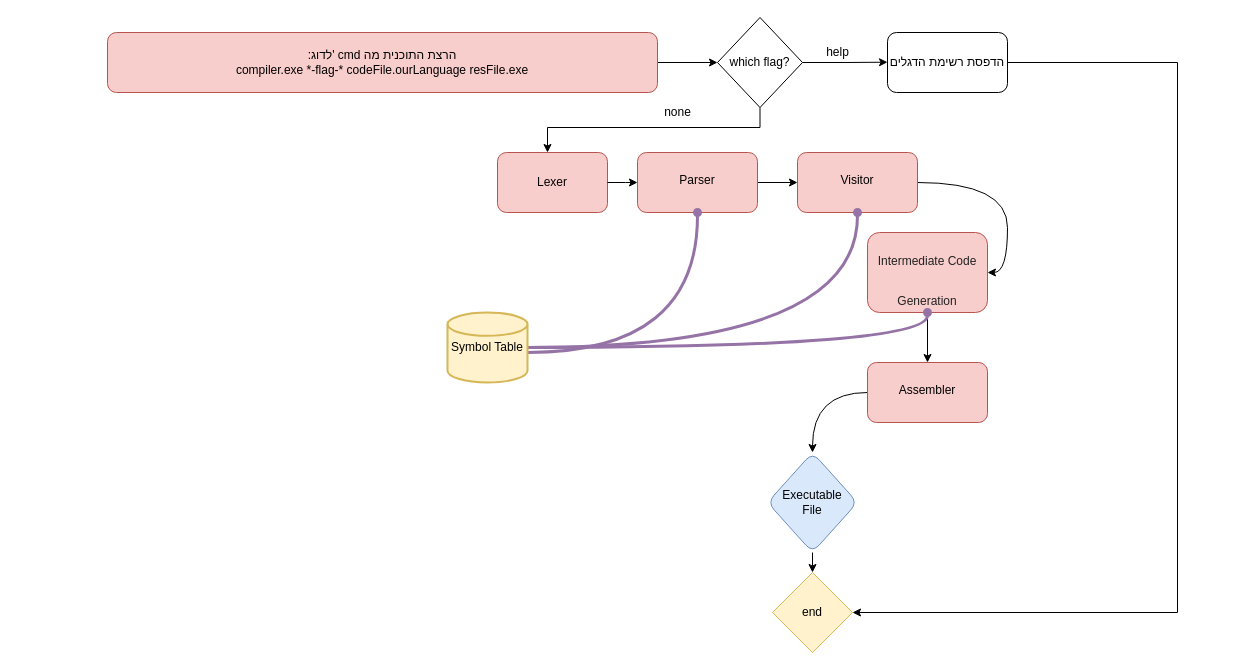
Earlier version of the draw.io diagram featureFlow.drawio (yahelkev/compiler-project). Source tidied: cells renumbered, new cells numbered last; positions are measured from the earlier drawing's top-left corner, leaving out a move shared by most shapes. Both pictures are drawn from the tidied source at 100%, with x=0, y=0 at pixel (107, 17).
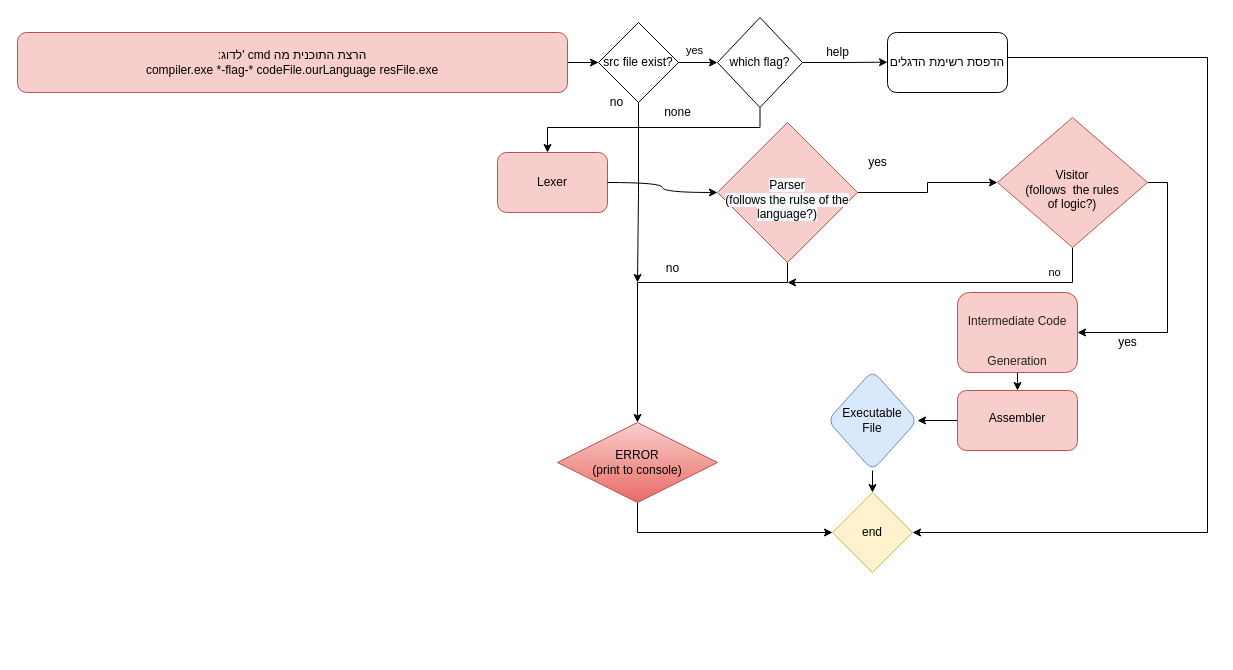
Above is the later version.

The change refers to these unchanged cells:
```xml
<mxCell id="2" value="Lexer" style="rounded=1;whiteSpace=wrap;html=1;fillColor=#f8cecc;strokeColor=#b85450;" parent="1" vertex="1">
  <mxGeometry x="390" y="135" width="110" height="60" as="geometry" />
</mxCell>
<mxCell id="21" value="&lt;span&gt;which flag?&lt;/span&gt;" style="rhombus;whiteSpace=wrap;html=1;" parent="1" vertex="1">
  <mxGeometry x="610" width="85" height="90" as="geometry" />
</mxCell>
<mxCell id="25" value="הדפסת רשימת הדגלים" style="rounded=1;whiteSpace=wrap;html=1;" parent="1" vertex="1">
  <mxGeometry x="780" y="15" width="120" height="60" as="geometry" />
</mxCell>
```

The edit, as a diff of the source:
```diff
@@
-    <mxCell id="3" style="edgeStyle=orthogonalEdgeStyle;curved=1;rounded=0;jettySize=auto;html=1;exitX=1;exitY=0.5;exitDx=0;exitDy=0;" parent="1" edge="1" source="2" target="5">
+    <mxCell id="3" style="edgeStyle=orthogonalEdgeStyle;curved=1;rounded=0;jettySize=auto;html=1;exitX=1;exitY=0.5;exitDx=0;exitDy=0;entryX=0;entryY=0.5;entryDx=0;entryDy=0;" parent="1" edge="1" source="2" target="33">
       <mxGeometry relative="1" as="geometry" />
     </mxCell>
-    <mxCell id="4" style="edgeStyle=orthogonalEdgeStyle;rounded=0;jettySize=auto;html=1;exitX=1;exitY=0.5;exitDx=0;exitDy=0;entryX=0;entryY=0.5;entryDx=0;entryDy=0;" parent="1" edge="1" source="5" target="7">
-      <mxGeometry relative="1" as="geometry" />
-    </mxCell>
-    <mxCell id="5" value="&lt;br&gt;Parser" style="whiteSpace=wrap;html=1;verticalAlign=top;strokeColor=#b85450;fillColor=#f8cecc;rounded=1;glass=0;shadow=0;sketch=0;" parent="1" vertex="1">
-      <mxGeometry x="530" y="135" width="120" height="60" as="geometry" />
-    </mxCell>
-    <mxCell id="6" style="edgeStyle=orthogonalEdgeStyle;curved=1;rounded=0;jettySize=auto;html=1;entryX=1;entryY=0.5;entryDx=0;entryDy=0;exitX=1;exitY=0.5;exitDx=0;exitDy=0;" parent="1" edge="1" source="7" target="9">
-      <mxGeometry relative="1" as="geometry" />
-    </mxCell>
-    <mxCell id="7" value="&lt;br&gt;Visitor" style="whiteSpace=wrap;html=1;verticalAlign=top;strokeColor=#b85450;fillColor=#f8cecc;rounded=1;glass=0;shadow=0;sketch=0;" parent="1" vertex="1">
-      <mxGeometry x="690" y="135" width="120" height="60" as="geometry" />
-    </mxCell>
     <mxCell id="8" style="edgeStyle=orthogonalEdgeStyle;rounded=0;jettySize=auto;html=1;exitX=0.5;exitY=1;exitDx=0;exitDy=0;entryX=0.5;entryY=0;entryDx=0;entryDy=0;" parent="1" edge="1" source="9" target="27">
-      <mxGeometry relative="1" as="geometry" />
+      <mxGeometry relative="1" as="geometry">
+        <Array as="points">
+          <mxPoint x="910" y="365" />
+          <mxPoint x="910" y="365" />
+        </Array>
+      </mxGeometry>
     </mxCell>
     <mxCell id="9" value="&lt;h2 style=&quot;box-sizing: inherit ; padding: 0px ; margin: 0px 0px 0.5em ; line-height: 40px ; color: rgb(34 , 34 , 34)&quot;&gt;&lt;span style=&quot;font-size: 12px ; font-weight: normal ; line-height: 123%&quot;&gt;Intermediate Code Generation&lt;/span&gt;&lt;br&gt;&lt;/h2&gt;" style="whiteSpace=wrap;html=1;verticalAlign=top;strokeColor=#b85450;fillColor=#f8cecc;rounded=1;glass=0;shadow=0;sketch=0;" parent="1" vertex="1">
-      <mxGeometry x="760" y="215" width="120" height="80" as="geometry" />
+      <mxGeometry x="850" y="275" width="120" height="80" as="geometry" />
     </mxCell>
-    <mxCell id="10" style="edgeStyle=orthogonalEdgeStyle;rounded=0;jettySize=auto;html=1;entryX=0.5;entryY=1;entryDx=0;entryDy=0;fillColor=#e1d5e7;strokeColor=#9673a6;curved=1;strokeWidth=3;endArrow=oval;endFill=1;" parent="1" edge="1" source="13" target="9">
-      <mxGeometry relative="1" as="geometry" />
-    </mxCell>
-    <mxCell id="11" style="edgeStyle=orthogonalEdgeStyle;rounded=0;jettySize=auto;html=1;entryX=0.5;entryY=1;entryDx=0;entryDy=0;fillColor=#e1d5e7;strokeColor=#9673a6;curved=1;strokeWidth=3;endArrow=oval;endFill=1;" parent="1" edge="1" source="13" target="7">
-      <mxGeometry relative="1" as="geometry" />
-    </mxCell>
-    <mxCell id="12" style="edgeStyle=orthogonalEdgeStyle;rounded=0;jettySize=auto;html=1;entryX=0.5;entryY=1;entryDx=0;entryDy=0;fillColor=#e1d5e7;strokeColor=#9673a6;curved=1;strokeWidth=3;endArrow=oval;endFill=1;exitX=1;exitY=0.571;exitDx=0;exitDy=0;exitPerimeter=0;" parent="1" edge="1" source="13" target="5">
-      <mxGeometry relative="1" as="geometry" />
-    </mxCell>
-    <mxCell id="13" value="Symbol Table" style="strokeWidth=2;html=1;shape=mxgraph.flowchart.database;whiteSpace=wrap;rounded=1;shadow=0;glass=0;sketch=0;fillColor=#fff2cc;strokeColor=#d6b656;" parent="1" vertex="1">
-      <mxGeometry x="340" y="295" width="80" height="70" as="geometry" />
-    </mxCell>
-    <mxCell id="14" style="edgeStyle=orthogonalEdgeStyle;curved=1;rounded=0;jettySize=auto;html=1;" parent="1" edge="1" source="27" target="16">
-      <mxGeometry relative="1" as="geometry" />
-    </mxCell>
@@
     <mxCell id="16" value="Executable&lt;br&gt;File" style="rhombus;whiteSpace=wrap;html=1;rounded=1;shadow=0;glass=0;sketch=0;fillColor=#dae8fc;strokeColor=#6c8ebf;" parent="1" vertex="1">
-      <mxGeometry x="660" y="435" width="90" height="100" as="geometry" />
+      <mxGeometry x="720" y="353" width="90" height="100" as="geometry" />
     </mxCell>
-    <mxCell id="17" style="edgeStyle=orthogonalEdgeStyle;rounded=0;jettySize=auto;html=1;exitX=1;exitY=0.5;exitDx=0;exitDy=0;entryX=0;entryY=0.5;entryDx=0;entryDy=0;" parent="1" edge="1" source="18" target="21">
+    <mxCell id="17" style="edgeStyle=orthogonalEdgeStyle;rounded=0;jettySize=auto;html=1;exitX=1;exitY=0.5;exitDx=0;exitDy=0;entryX=0;entryY=0.5;entryDx=0;entryDy=0;" parent="1" edge="1" source="18" target="43">
       <mxGeometry relative="1" as="geometry" />
     </mxCell>
     <mxCell id="18" value=":לדוג'&amp;nbsp;cmd הרצת התוכנית מה&lt;br&gt;compiler.exe *-flag-* codeFile.ourLanguage resFile.exe" style="rounded=1;whiteSpace=wrap;html=1;fillColor=#f8cecc;strokeColor=#b85450;" parent="1" vertex="1">
-      <mxGeometry y="15" width="550" height="60" as="geometry" />
+      <mxGeometry x="-90" y="15" width="550" height="60" as="geometry" />
     </mxCell>
@@
-    <mxCell id="24" style="edgeStyle=orthogonalEdgeStyle;rounded=0;jettySize=auto;html=1;exitX=1;exitY=0.5;exitDx=0;exitDy=0;entryX=1;entryY=0.5;entryDx=0;entryDy=0;" parent="1" edge="1" source="25" target="26">
+    <mxCell id="24" style="edgeStyle=orthogonalEdgeStyle;rounded=0;jettySize=auto;html=1;exitX=1;exitY=0.5;exitDx=0;exitDy=0;entryX=1;entryY=0.5;entryDx=0;entryDy=0;" parent="1" edge="1" target="26">
       <mxGeometry relative="1" as="geometry">
+        <mxPoint x="900" y="40" as="sourcePoint" />
         <Array as="points">
-          <mxPoint x="1070" y="45" />
-          <mxPoint x="1070" y="595" />
+          <mxPoint x="1100" y="40" />
+          <mxPoint x="1100" y="515" />
         </Array>
       </mxGeometry>
     </mxCell>
@@
     <mxCell id="26" value="end" style="rhombus;whiteSpace=wrap;html=1;fillColor=#fff2cc;strokeColor=#d6b656;" parent="1" vertex="1">
-      <mxGeometry x="665" y="555" width="80" height="80" as="geometry" />
+      <mxGeometry x="725" y="475" width="80" height="80" as="geometry" />
     </mxCell>
+    <mxCell id="14" style="edgeStyle=orthogonalEdgeStyle;rounded=0;jettySize=auto;html=1;exitX=0;exitY=0.5;exitDx=0;exitDy=0;entryX=1;entryY=0.5;entryDx=0;entryDy=0;" parent="1" edge="1" source="27" target="16">
+      <mxGeometry relative="1" as="geometry" />
+    </mxCell>
     <mxCell id="27" value="&lt;br&gt;Assembler" style="whiteSpace=wrap;html=1;verticalAlign=top;strokeColor=#b85450;fillColor=#f8cecc;rounded=1;glass=0;shadow=0;sketch=0;" parent="1" vertex="1">
-      <mxGeometry x="760" y="345" width="120" height="60" as="geometry" />
+      <mxGeometry x="850" y="373" width="120" height="60" as="geometry" />
     </mxCell>
+    <mxCell id="28" value="yes" style="text;html=1;align=center;verticalAlign=middle;strokeColor=none;fillColor=none;" parent="1" vertex="1">
+      <mxGeometry x="755" y="135" width="30" height="20" as="geometry" />
+    </mxCell>
+    <mxCell id="29" style="edgeStyle=orthogonalEdgeStyle;rounded=0;jettySize=auto;html=1;exitX=0.5;exitY=1;exitDx=0;exitDy=0;entryX=0;entryY=0.5;entryDx=0;entryDy=0;" parent="1" edge="1" source="30" target="26">
+      <mxGeometry relative="1" as="geometry">
+        <Array as="points">
+          <mxPoint x="530" y="515" />
+        </Array>
+      </mxGeometry>
+    </mxCell>
+    <mxCell id="30" value="ERROR&lt;br&gt;(print to console)" style="rhombus;whiteSpace=wrap;html=1;gradientColor=#ea6b66;fillColor=#f8cecc;strokeColor=#b85450;" parent="1" vertex="1">
+      <mxGeometry x="450" y="405" width="160" height="80" as="geometry" />
+    </mxCell>
+    <mxCell id="31" style="edgeStyle=orthogonalEdgeStyle;rounded=0;jettySize=auto;html=1;exitX=1;exitY=0.5;exitDx=0;exitDy=0;entryX=0;entryY=0.5;entryDx=0;entryDy=0;" parent="1" edge="1" source="33" target="38">
+      <mxGeometry relative="1" as="geometry" />
+    </mxCell>
+    <mxCell id="32" style="edgeStyle=orthogonalEdgeStyle;rounded=0;jettySize=auto;html=1;exitX=0.5;exitY=1;exitDx=0;exitDy=0;entryX=0.5;entryY=0;entryDx=0;entryDy=0;" parent="1" edge="1" source="33" target="30">
+      <mxGeometry relative="1" as="geometry">
+        <Array as="points">
+          <mxPoint x="680" y="265" />
+          <mxPoint x="530" y="265" />
+        </Array>
+      </mxGeometry>
+    </mxCell>
+    <mxCell id="33" value="&lt;span style=&quot;color: rgb(0 , 0 , 0) ; font-family: &amp;#34;helvetica&amp;#34; ; font-size: 12px ; font-style: normal ; font-weight: 400 ; letter-spacing: normal ; text-align: center ; text-indent: 0px ; text-transform: none ; word-spacing: 0px ; background-color: rgb(248 , 249 , 250) ; display: inline ; float: none&quot;&gt;&lt;br&gt;Parser&lt;/span&gt;&lt;br style=&quot;color: rgb(0 , 0 , 0) ; font-family: &amp;#34;helvetica&amp;#34; ; font-size: 12px ; font-style: normal ; font-weight: 400 ; letter-spacing: normal ; text-align: center ; text-indent: 0px ; text-transform: none ; word-spacing: 0px ; background-color: rgb(248 , 249 , 250)&quot;&gt;&lt;span style=&quot;color: rgb(0 , 0 , 0) ; font-family: &amp;#34;helvetica&amp;#34; ; font-size: 12px ; font-style: normal ; font-weight: 400 ; letter-spacing: normal ; text-align: center ; text-indent: 0px ; text-transform: none ; word-spacing: 0px ; background-color: rgb(248 , 249 , 250) ; display: inline ; float: none&quot;&gt;(follows the rulse of the language?)&lt;/span&gt;&lt;br&gt;" style="rhombus;whiteSpace=wrap;html=1;fillColor=#f8cecc;strokeColor=#b85450;" parent="1" vertex="1">
+      <mxGeometry x="610" y="105" width="140" height="140" as="geometry" />
+    </mxCell>
+    <mxCell id="34" value="no" style="text;html=1;align=center;verticalAlign=middle;strokeColor=none;fillColor=none;" parent="1" vertex="1">
+      <mxGeometry x="550" y="241" width="30" height="20" as="geometry" />
+    </mxCell>
+    <mxCell id="35" style="edgeStyle=orthogonalEdgeStyle;rounded=0;jettySize=auto;html=1;exitX=0.5;exitY=1;exitDx=0;exitDy=0;" parent="1" edge="1" source="38">
+      <mxGeometry relative="1" as="geometry">
+        <mxPoint x="680" y="265" as="targetPoint" />
+        <Array as="points">
+          <mxPoint x="965" y="265" />
+        </Array>
+      </mxGeometry>
+    </mxCell>
+    <mxCell id="36" value="no" style="edgeLabel;html=1;align=center;verticalAlign=middle;" parent="35" vertex="1">
+      <mxGeometry x="-0.66" y="-11" relative="1" as="geometry" />
+    </mxCell>
+    <mxCell id="37" style="edgeStyle=orthogonalEdgeStyle;rounded=0;jettySize=auto;html=1;exitX=1;exitY=0.5;exitDx=0;exitDy=0;entryX=1;entryY=0.5;entryDx=0;entryDy=0;" parent="1" edge="1" source="38" target="9">
+      <mxGeometry relative="1" as="geometry" />
+    </mxCell>
+    <mxCell id="38" value="&lt;br&gt;&lt;span&gt;Visitor&lt;br&gt;(follows&amp;nbsp; the rules &lt;br&gt;of logic?)&lt;br&gt;&lt;/span&gt;" style="rhombus;whiteSpace=wrap;html=1;fillColor=#f8cecc;strokeColor=#b85450;" parent="1" vertex="1">
+      <mxGeometry x="890" y="100" width="150" height="130" as="geometry" />
+    </mxCell>
+    <mxCell id="39" value="yes" style="text;html=1;align=center;verticalAlign=middle;strokeColor=none;fillColor=none;" parent="1" vertex="1">
+      <mxGeometry x="1005" y="315" width="30" height="20" as="geometry" />
+    </mxCell>
+    <mxCell id="40" style="edgeStyle=orthogonalEdgeStyle;rounded=0;jettySize=auto;html=1;exitX=1;exitY=0.5;exitDx=0;exitDy=0;entryX=0;entryY=0.5;entryDx=0;entryDy=0;" parent="1" edge="1" source="43" target="21">
+      <mxGeometry relative="1" as="geometry" />
+    </mxCell>
+    <mxCell id="41" value="yes" style="edgeLabel;html=1;align=center;verticalAlign=middle;" parent="40" vertex="1">
+      <mxGeometry x="0.02" y="25" relative="1" as="geometry">
+        <mxPoint x="-5" y="12" as="offset" />
+      </mxGeometry>
+    </mxCell>
+    <mxCell id="42" style="edgeStyle=orthogonalEdgeStyle;rounded=0;jettySize=auto;html=1;exitX=0.5;exitY=1;exitDx=0;exitDy=0;" parent="1" edge="1" source="43">
+      <mxGeometry relative="1" as="geometry">
+        <mxPoint x="530" y="265" as="targetPoint" />
+      </mxGeometry>
+    </mxCell>
+    <mxCell id="43" value="src file exist?" style="rhombus;whiteSpace=wrap;html=1;" parent="1" vertex="1">
+      <mxGeometry x="491" y="5" width="80" height="80" as="geometry" />
+    </mxCell>
+    <mxCell id="44" value="no" style="text;html=1;align=center;verticalAlign=middle;strokeColor=none;fillColor=none;" parent="1" vertex="1">
+      <mxGeometry x="494" y="75" width="30" height="20" as="geometry" />
+    </mxCell>
```
